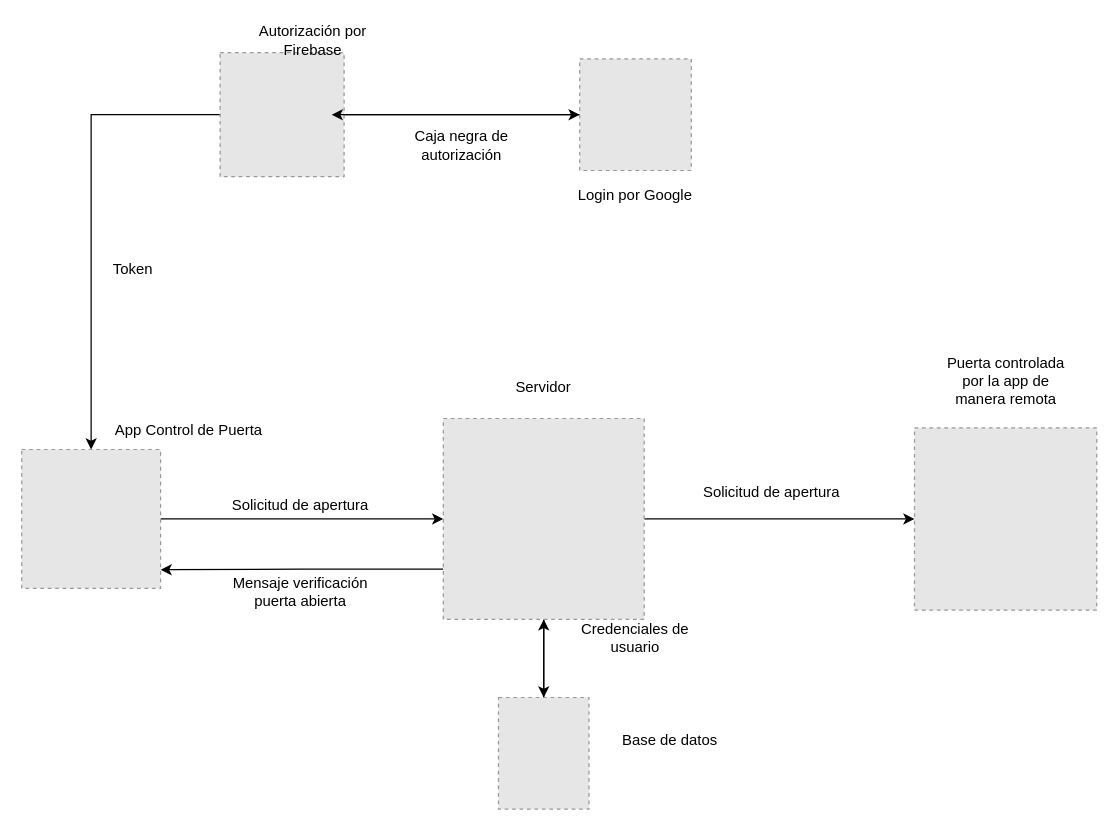
Before: Diagrama General.drawio in KireSql/ProyectoAMST2023, a draw.io diagram. Source tidied: cells renumbered, new cells numbered last; positions are measured from the earlier drawing's top-left corner, leaving out a move shared by most shapes. Both pictures are drawn from the tidied source at 124%, with x=0, y=0 at pixel (21, 21). Pictures stored in the file or linked from it are replaced by grey dashed boxes.
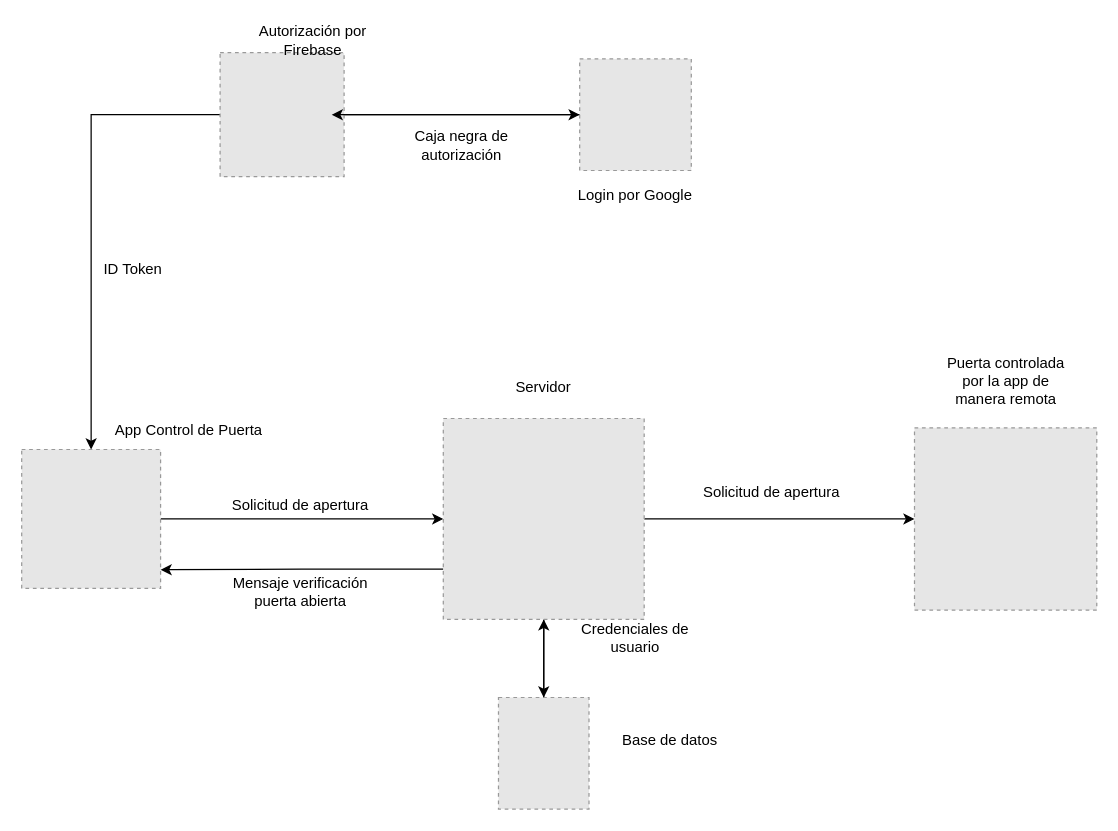
Above is the later version.

Change to the diagram source:
```diff
@@
-    <mxCell id="19" value="Token" style="text;html=1;strokeColor=none;fillColor=none;align=center;verticalAlign=middle;whiteSpace=wrap;rounded=0;" parent="1" vertex="1">
+    <mxCell id="19" value="ID Token" style="text;html=1;strokeColor=none;fillColor=none;align=center;verticalAlign=middle;whiteSpace=wrap;rounded=0;" parent="1" vertex="1">
       <mxGeometry x="60" y="195" width="60" height="10" as="geometry" />
     </mxCell>
```
